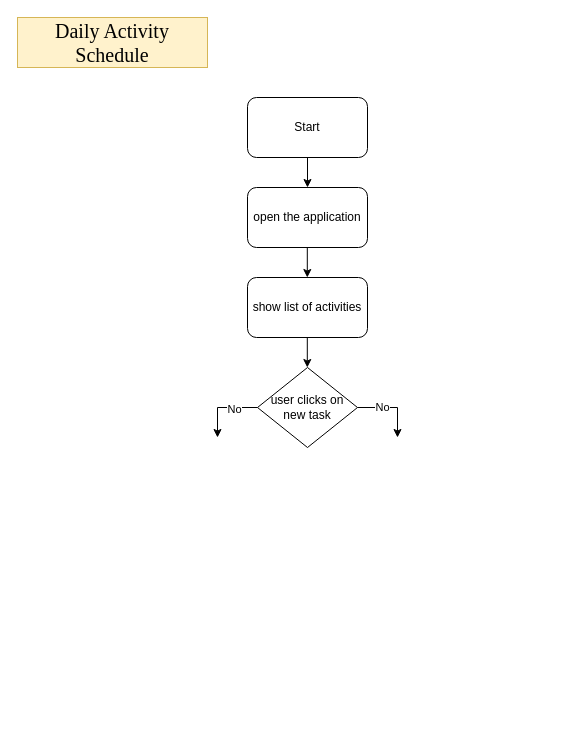
Above: flow chart.drawio in tasyafbriani/Daily-Activity-Schedule (draw.io), before the change. Source tidied: cells renumbered, new cells numbered last; positions are measured from the earlier drawing's top-left corner, leaving out a move shared by most shapes. Both pictures are drawn from the tidied source at 100%, with x=0, y=0 at pixel (17, 17).
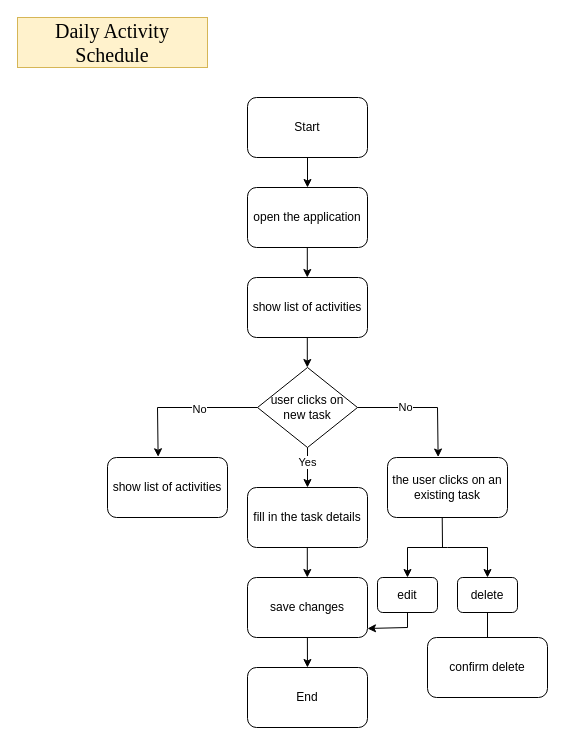
The same page after the edit.

Unchanged cells that the change refers to:
```xml
<mxCell id="9" value="user clicks on new task" style="rhombus;whiteSpace=wrap;html=1;" parent="1" vertex="1">
  <mxGeometry x="240" y="350" width="100" height="80" as="geometry" />
</mxCell>
```

Diff of the diagram source:
```diff
@@
     <mxCell id="10" style="endArrow=none;html=1;rounded=0;entryX=0;entryY=0.5;entryDx=0;entryDy=0;" parent="1" edge="1" target="9">
       <mxGeometry relative="1" as="geometry">
-        <mxPoint x="200" y="390" as="sourcePoint" />
+        <mxPoint x="140" y="390" as="sourcePoint" />
       </mxGeometry>
     </mxCell>
@@
-    <mxCell id="12" style="endArrow=classic;html=1;rounded=0;" parent="1" edge="1">
+    <mxCell id="12" style="endArrow=classic;html=1;rounded=0;entryX=0.422;entryY=-0.012;entryDx=0;entryDy=0;entryPerimeter=0;" parent="1" edge="1" target="16">
       <mxGeometry relative="1" as="geometry">
-        <mxPoint x="200" y="390" as="sourcePoint" />
-        <mxPoint x="200" y="420" as="targetPoint" />
+        <mxPoint x="140" y="390" as="sourcePoint" />
       </mxGeometry>
     </mxCell>
     <mxCell id="13" style="endArrow=none;html=1;rounded=0;" parent="1" edge="1">
       <mxGeometry relative="1" as="geometry">
-        <mxPoint x="380" y="390" as="sourcePoint" />
+        <mxPoint x="420" y="390" as="sourcePoint" />
         <mxPoint x="340" y="390" as="targetPoint" />
         <Array as="points">
           <mxPoint x="340" y="390" />
         </Array>
       </mxGeometry>
     </mxCell>
@@
-    <mxCell id="15" style="endArrow=classic;html=1;rounded=0;" parent="1" edge="1">
+    <mxCell id="15" style="endArrow=classic;html=1;rounded=0;entryX=0.422;entryY=-0.008;entryDx=0;entryDy=0;entryPerimeter=0;" parent="1" edge="1" target="17">
       <mxGeometry relative="1" as="geometry">
-        <mxPoint x="380" y="390" as="sourcePoint" />
-        <mxPoint x="380" y="420" as="targetPoint" />
+        <mxPoint x="420" y="390" as="sourcePoint" />
       </mxGeometry>
     </mxCell>
+    <mxCell id="16" value="show list of activities" style="rounded=1;whiteSpace=wrap;html=1;" parent="1" vertex="1">
+      <mxGeometry x="90" y="440" width="120" height="60" as="geometry" />
+    </mxCell>
+    <mxCell id="17" value="the user clicks on an existing task" style="rounded=1;whiteSpace=wrap;html=1;" parent="1" vertex="1">
+      <mxGeometry x="370" y="440" width="120" height="60" as="geometry" />
+    </mxCell>
+    <mxCell id="18" value="fill in the task details" style="rounded=1;whiteSpace=wrap;html=1;" parent="1" vertex="1">
+      <mxGeometry x="230" y="470" width="120" height="60" as="geometry" />
+    </mxCell>
+    <mxCell id="19" style="endArrow=classic;html=1;rounded=0;exitX=0.5;exitY=1;exitDx=0;exitDy=0;entryX=0.5;entryY=0;entryDx=0;entryDy=0;" parent="1" edge="1" source="9" target="18">
+      <mxGeometry relative="1" as="geometry" />
+    </mxCell>
+    <mxCell id="20" value="Yes" style="edgeLabel;html=1;align=center;verticalAlign=middle;" parent="19" vertex="1">
+      <mxGeometry x="-0.31" y="-1" relative="1" as="geometry" />
+    </mxCell>
+    <mxCell id="21" style="endArrow=classic;html=1;rounded=0;" parent="1" edge="1">
+      <mxGeometry relative="1" as="geometry">
+        <mxPoint x="289.8" y="530" as="sourcePoint" />
+        <mxPoint x="289.8" y="560" as="targetPoint" />
+      </mxGeometry>
+    </mxCell>
+    <mxCell id="22" value="save changes" style="rounded=1;whiteSpace=wrap;html=1;" parent="1" vertex="1">
+      <mxGeometry x="230" y="560" width="120" height="60" as="geometry" />
+    </mxCell>
+    <mxCell id="23" style="endArrow=none;html=1;rounded=0;entryX=0.456;entryY=1;entryDx=0;entryDy=0;entryPerimeter=0;" parent="1" edge="1" target="17">
+      <mxGeometry relative="1" as="geometry">
+        <mxPoint x="425" y="530" as="sourcePoint" />
+      </mxGeometry>
+    </mxCell>
+    <mxCell id="24" style="endArrow=classic;html=1;rounded=0;" parent="1" edge="1">
+      <mxGeometry relative="1" as="geometry">
+        <mxPoint x="390" y="530" as="sourcePoint" />
+        <mxPoint x="390" y="560" as="targetPoint" />
+      </mxGeometry>
+    </mxCell>
+    <mxCell id="25" style="endArrow=none;html=1;rounded=0;" parent="1" edge="1">
+      <mxGeometry relative="1" as="geometry">
+        <mxPoint x="390" y="530" as="sourcePoint" />
+        <mxPoint x="430" y="530" as="targetPoint" />
+      </mxGeometry>
+    </mxCell>
+    <mxCell id="26" style="endArrow=none;html=1;rounded=0;" parent="1" edge="1">
+      <mxGeometry relative="1" as="geometry">
+        <mxPoint x="430" y="530" as="sourcePoint" />
+        <mxPoint x="470" y="530" as="targetPoint" />
+      </mxGeometry>
+    </mxCell>
+    <mxCell id="27" value="edit" style="rounded=1;whiteSpace=wrap;html=1;" parent="1" vertex="1">
+      <mxGeometry x="360" y="560" width="60" height="35" as="geometry" />
+    </mxCell>
+    <mxCell id="28" style="endArrow=classic;html=1;rounded=0;" parent="1" edge="1">
+      <mxGeometry relative="1" as="geometry">
+        <mxPoint x="470" y="530" as="sourcePoint" />
+        <mxPoint x="470" y="560" as="targetPoint" />
+      </mxGeometry>
+    </mxCell>
+    <mxCell id="29" value="delete" style="rounded=1;whiteSpace=wrap;html=1;" parent="1" vertex="1">
+      <mxGeometry x="440" y="560" width="60" height="35" as="geometry" />
+    </mxCell>
+    <mxCell id="30" style="endArrow=classic;html=1;rounded=0;" parent="1" edge="1" target="31">
+      <mxGeometry relative="1" as="geometry">
+        <mxPoint x="289.9" y="620" as="sourcePoint" />
+      </mxGeometry>
+    </mxCell>
+    <mxCell id="31" value="End" style="rounded=1;whiteSpace=wrap;html=1;" parent="1" vertex="1">
+      <mxGeometry x="230" y="650" width="120" height="60" as="geometry" />
+    </mxCell>
+    <mxCell id="32" style="endArrow=none;html=1;rounded=0;entryX=0.5;entryY=1;entryDx=0;entryDy=0;" parent="1" edge="1" target="27">
+      <mxGeometry relative="1" as="geometry">
+        <mxPoint x="390" y="610" as="sourcePoint" />
+      </mxGeometry>
+    </mxCell>
+    <mxCell id="33" style="endArrow=classic;html=1;rounded=0;" parent="1" edge="1">
+      <mxGeometry relative="1" as="geometry">
+        <mxPoint x="390" y="610" as="sourcePoint" />
+        <mxPoint x="350" y="611" as="targetPoint" />
+      </mxGeometry>
+    </mxCell>
+    <mxCell id="34" style="endArrow=none;html=1;rounded=0;entryX=0.5;entryY=1;entryDx=0;entryDy=0;" parent="1" edge="1" target="29">
+      <mxGeometry relative="1" as="geometry">
+        <mxPoint x="470" y="620" as="sourcePoint" />
+      </mxGeometry>
+    </mxCell>
+    <mxCell id="35" value="confirm delete" style="rounded=1;whiteSpace=wrap;html=1;" parent="1" vertex="1">
+      <mxGeometry x="410" y="620" width="120" height="60" as="geometry" />
+    </mxCell>
```
